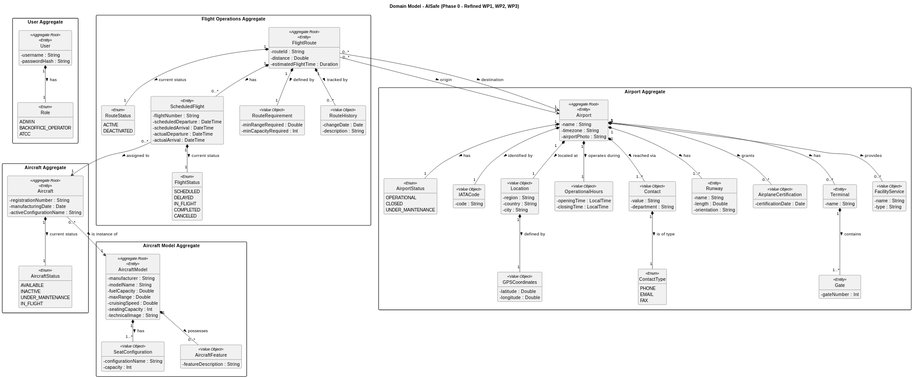
Before: docs/system-documentation/global-artifacts/svg/DM.svg, a diagram exported from PlantUML (Andre-1240567/psoft2026_2DB_1240567_1241013_1240624).
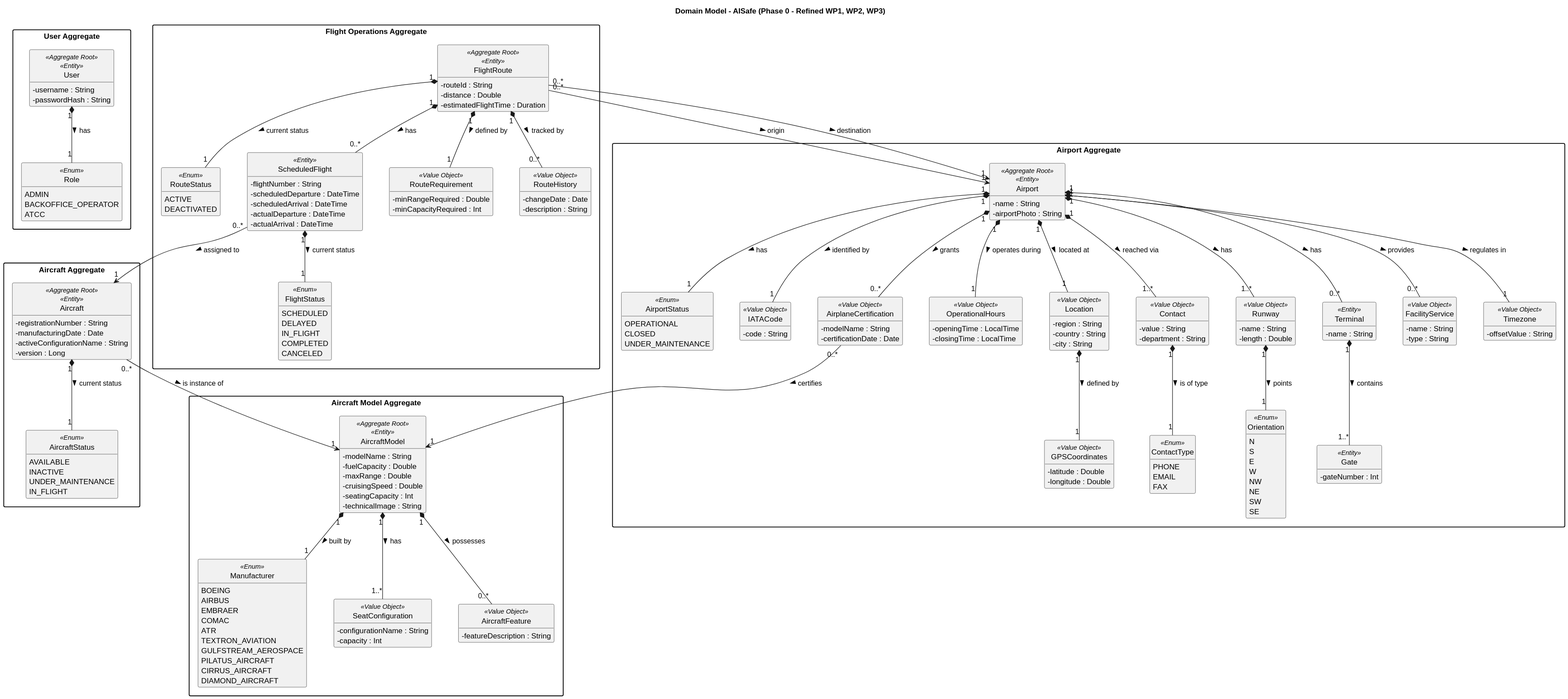
Later version of the same file.

Diff of the diagram source:
```diff
@@ -23,8 +23,19 @@
 }
 
 package "Aircraft Model Aggregate" {
+    enum Manufacturer <<Enum>> {
+    BOEING
+    AIRBUS
+    EMBRAER
+    COMAC
+    ATR
+    TEXTRON_AVIATION
+    GULFSTREAM_AEROSPACE
+    PILATUS_AIRCRAFT
+    CIRRUS_AIRCRAFT
+    DIAMOND_AIRCRAFT
+}
     class AircraftModel <<Aggregate Root>> <<Entity>> {
-        - manufacturer : String
         - modelName : String
         - fuelCapacity : Double
         - maxRange : Double
@@ -39,6 +50,7 @@
     class AircraftFeature <<Value Object>> {
         - featureDescription : String
     }
+    AircraftModel "1" *-- "1" Manufacturer : built by >
     AircraftModel "1" *-- "1..*" SeatConfiguration : has >
     AircraftModel "1" *-- "0..*" AircraftFeature : possesses >
 }
@@ -54,6 +66,7 @@
         - registrationNumber : String
         - manufacturingDate : Date
         - activeConfigurationName : String
+        - version : Long
     }
     Aircraft "1" *-- "1" AircraftStatus : current status >
 }
@@ -71,7 +84,6 @@
     }
     class Airport <<Aggregate Root>> <<Entity>> {
         - name : String
-        - timezone : String
         - airportPhoto : String
     }
     class IATACode <<Value Object>> {
@@ -94,12 +106,12 @@
         - value : String
         - department : String
     }
-    class Runway <<Entity>> {
+    class Runway <<Value Object>> {
         - name : String
         - length : Double
-        - orientation : String
     }
     class AirplaneCertification <<Value Object>> {
+        - modelName : String
         - certificationDate : Date
     }
     class Terminal <<Entity>> {
@@ -111,6 +123,19 @@
     class FacilityService <<Value Object>> {
         - name : String
         - type : String
+    }
+    class Orientation <<Enum>> {
+        N
+        S
+        E
+        W
+        NW
+        NE
+        SW
+        SE
+    }
+    class Timezone <<Value Object>> {
+        - offsetValue : String
     }
 
     Airport "1" *-- "1" IATACode : identified by >
@@ -125,6 +150,8 @@
     Airport "1" *-- "0..*" Terminal : has >
     Terminal "1" *-- "1..*" Gate : contains >
     Airport "1" *-- "0..*" FacilityService : provides >
+    Runway "1" *-- "1" Orientation : points >
+    Airport "1" *-- "1" Timezone : regulates in >
 }
 
 package "Flight Operations Aggregate" {
@@ -168,7 +195,8 @@
 }
 
 Aircraft "0..*" --> "1" AircraftModel : is instance of >
-ScheduledFlight "0..*" --> "1" Aircraft : assigned to >
 FlightRoute "0..*" --> "1" Airport : origin >
 FlightRoute "0..*" --> "1" Airport : destination >
+ScheduledFlight "0..*" --> "1" Aircraft : assigned to >
+AirplaneCertification "0..*" --> "1" AircraftModel : certifies >
 @enduml
```
